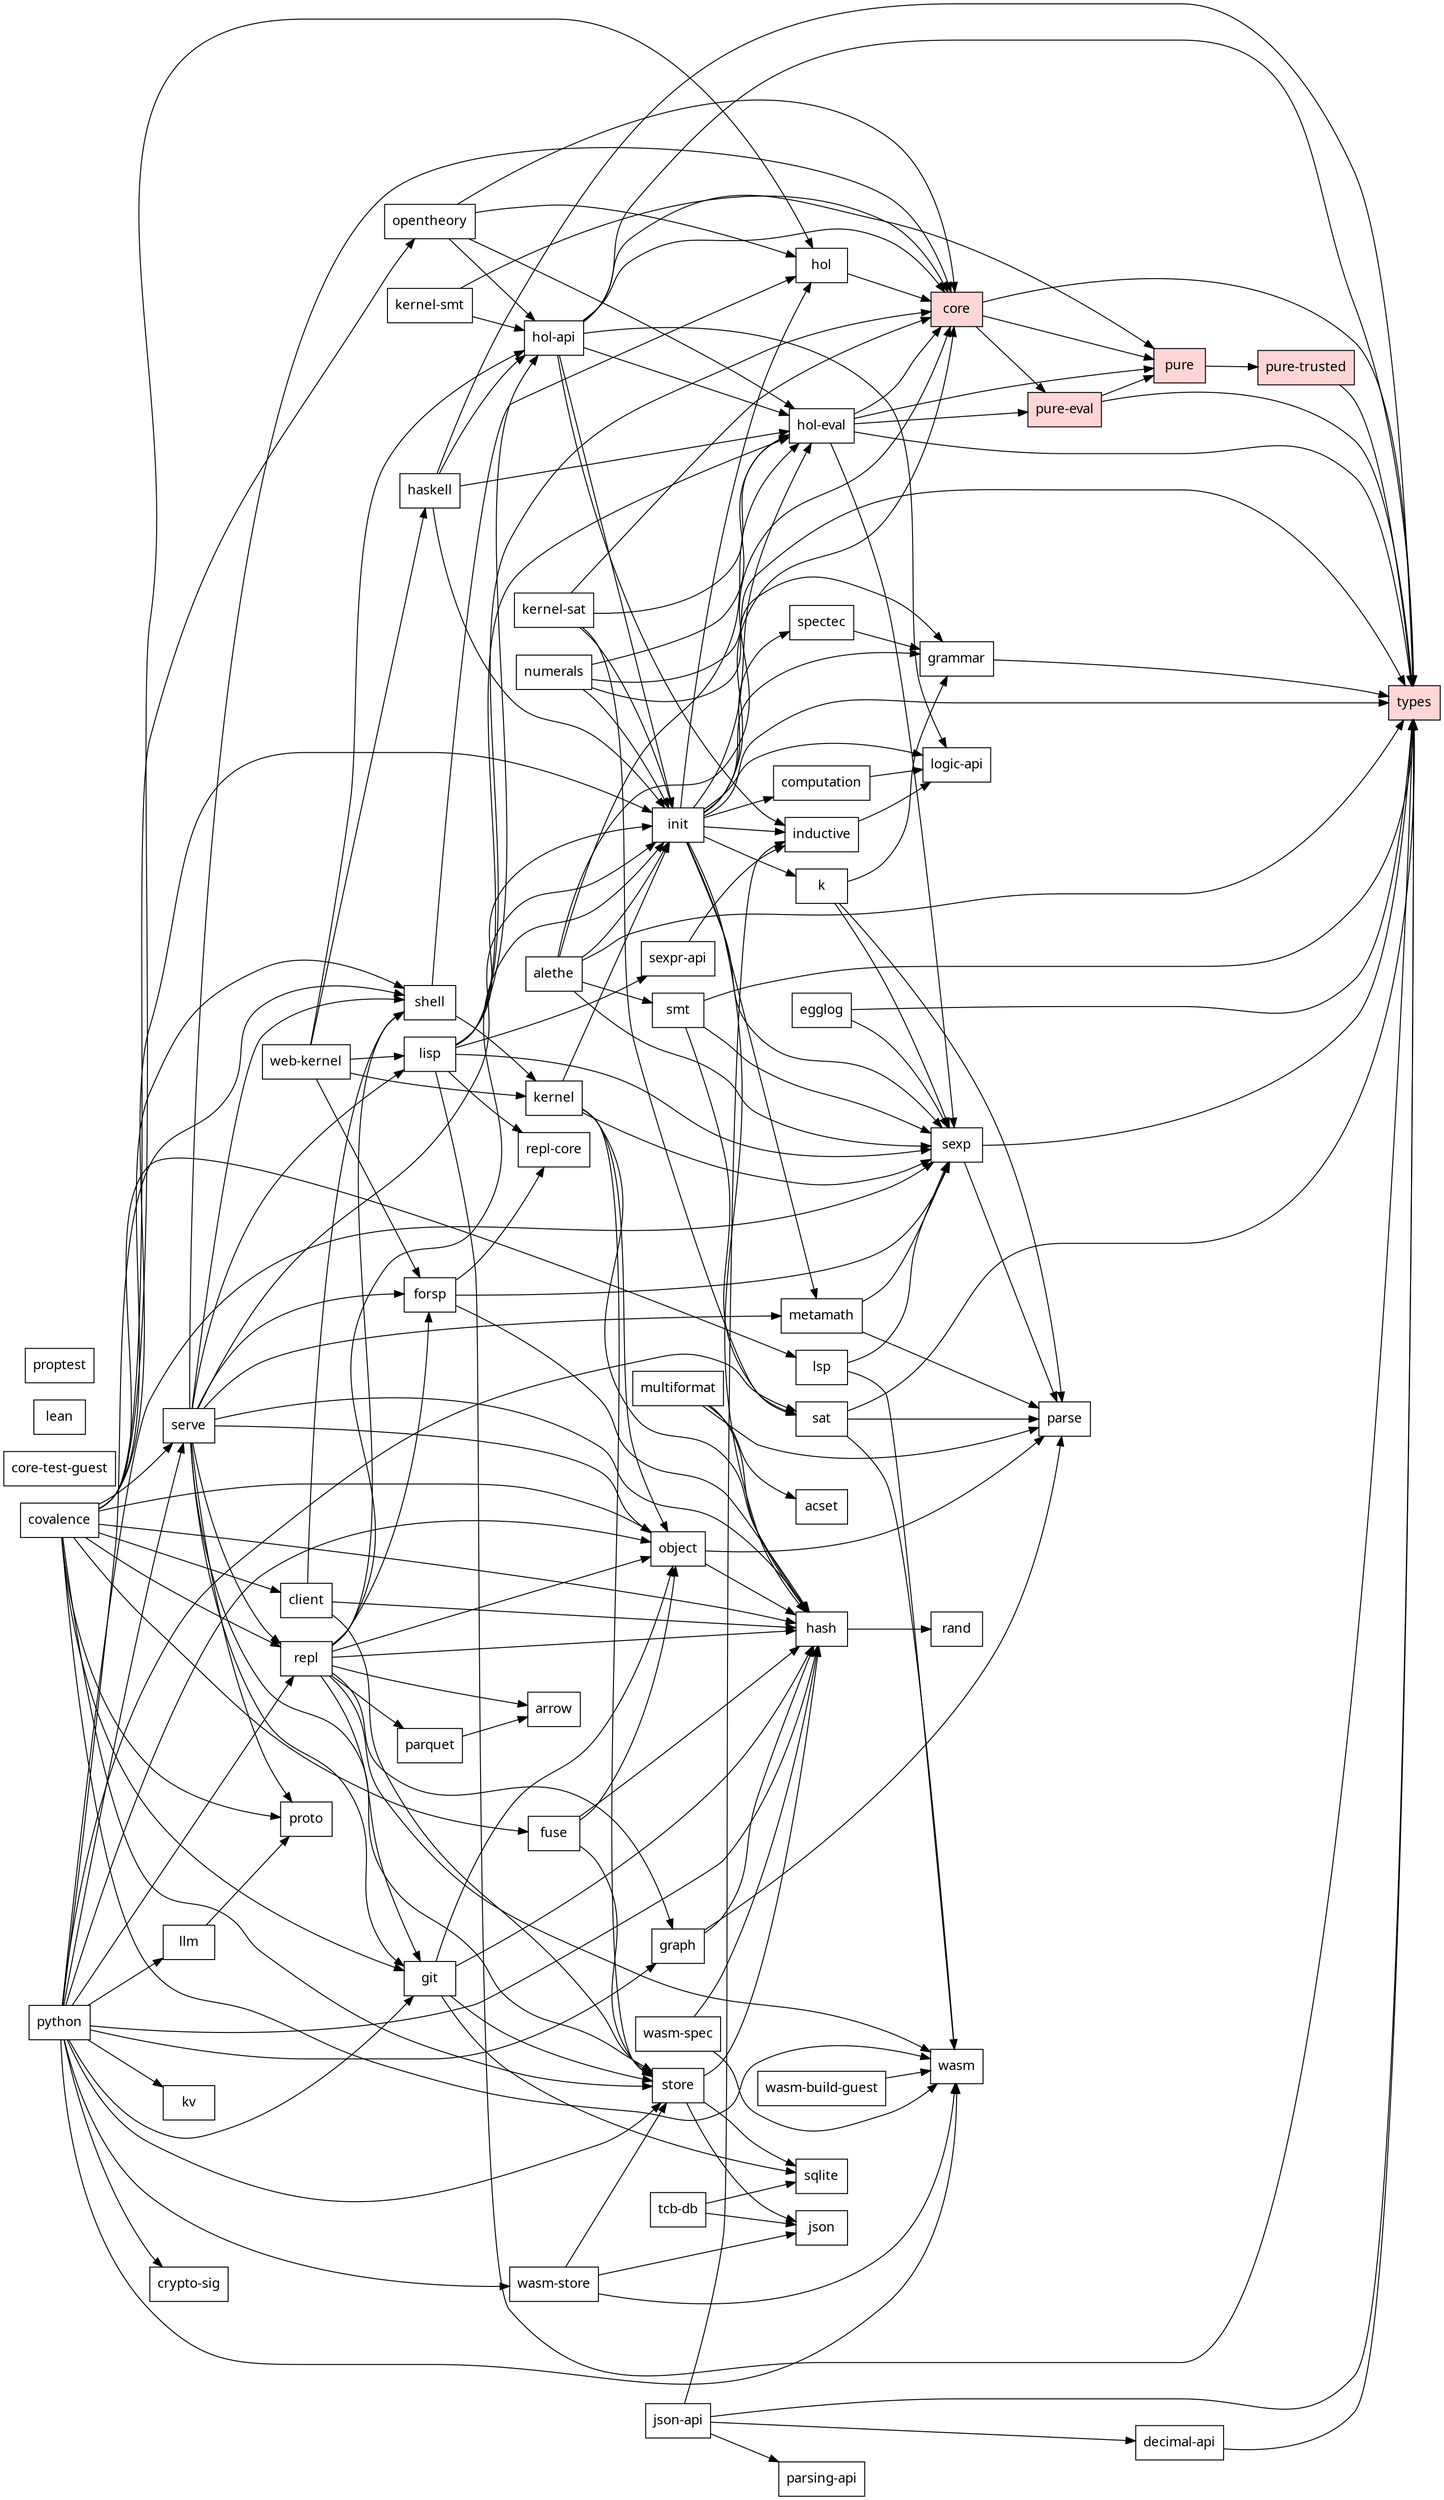
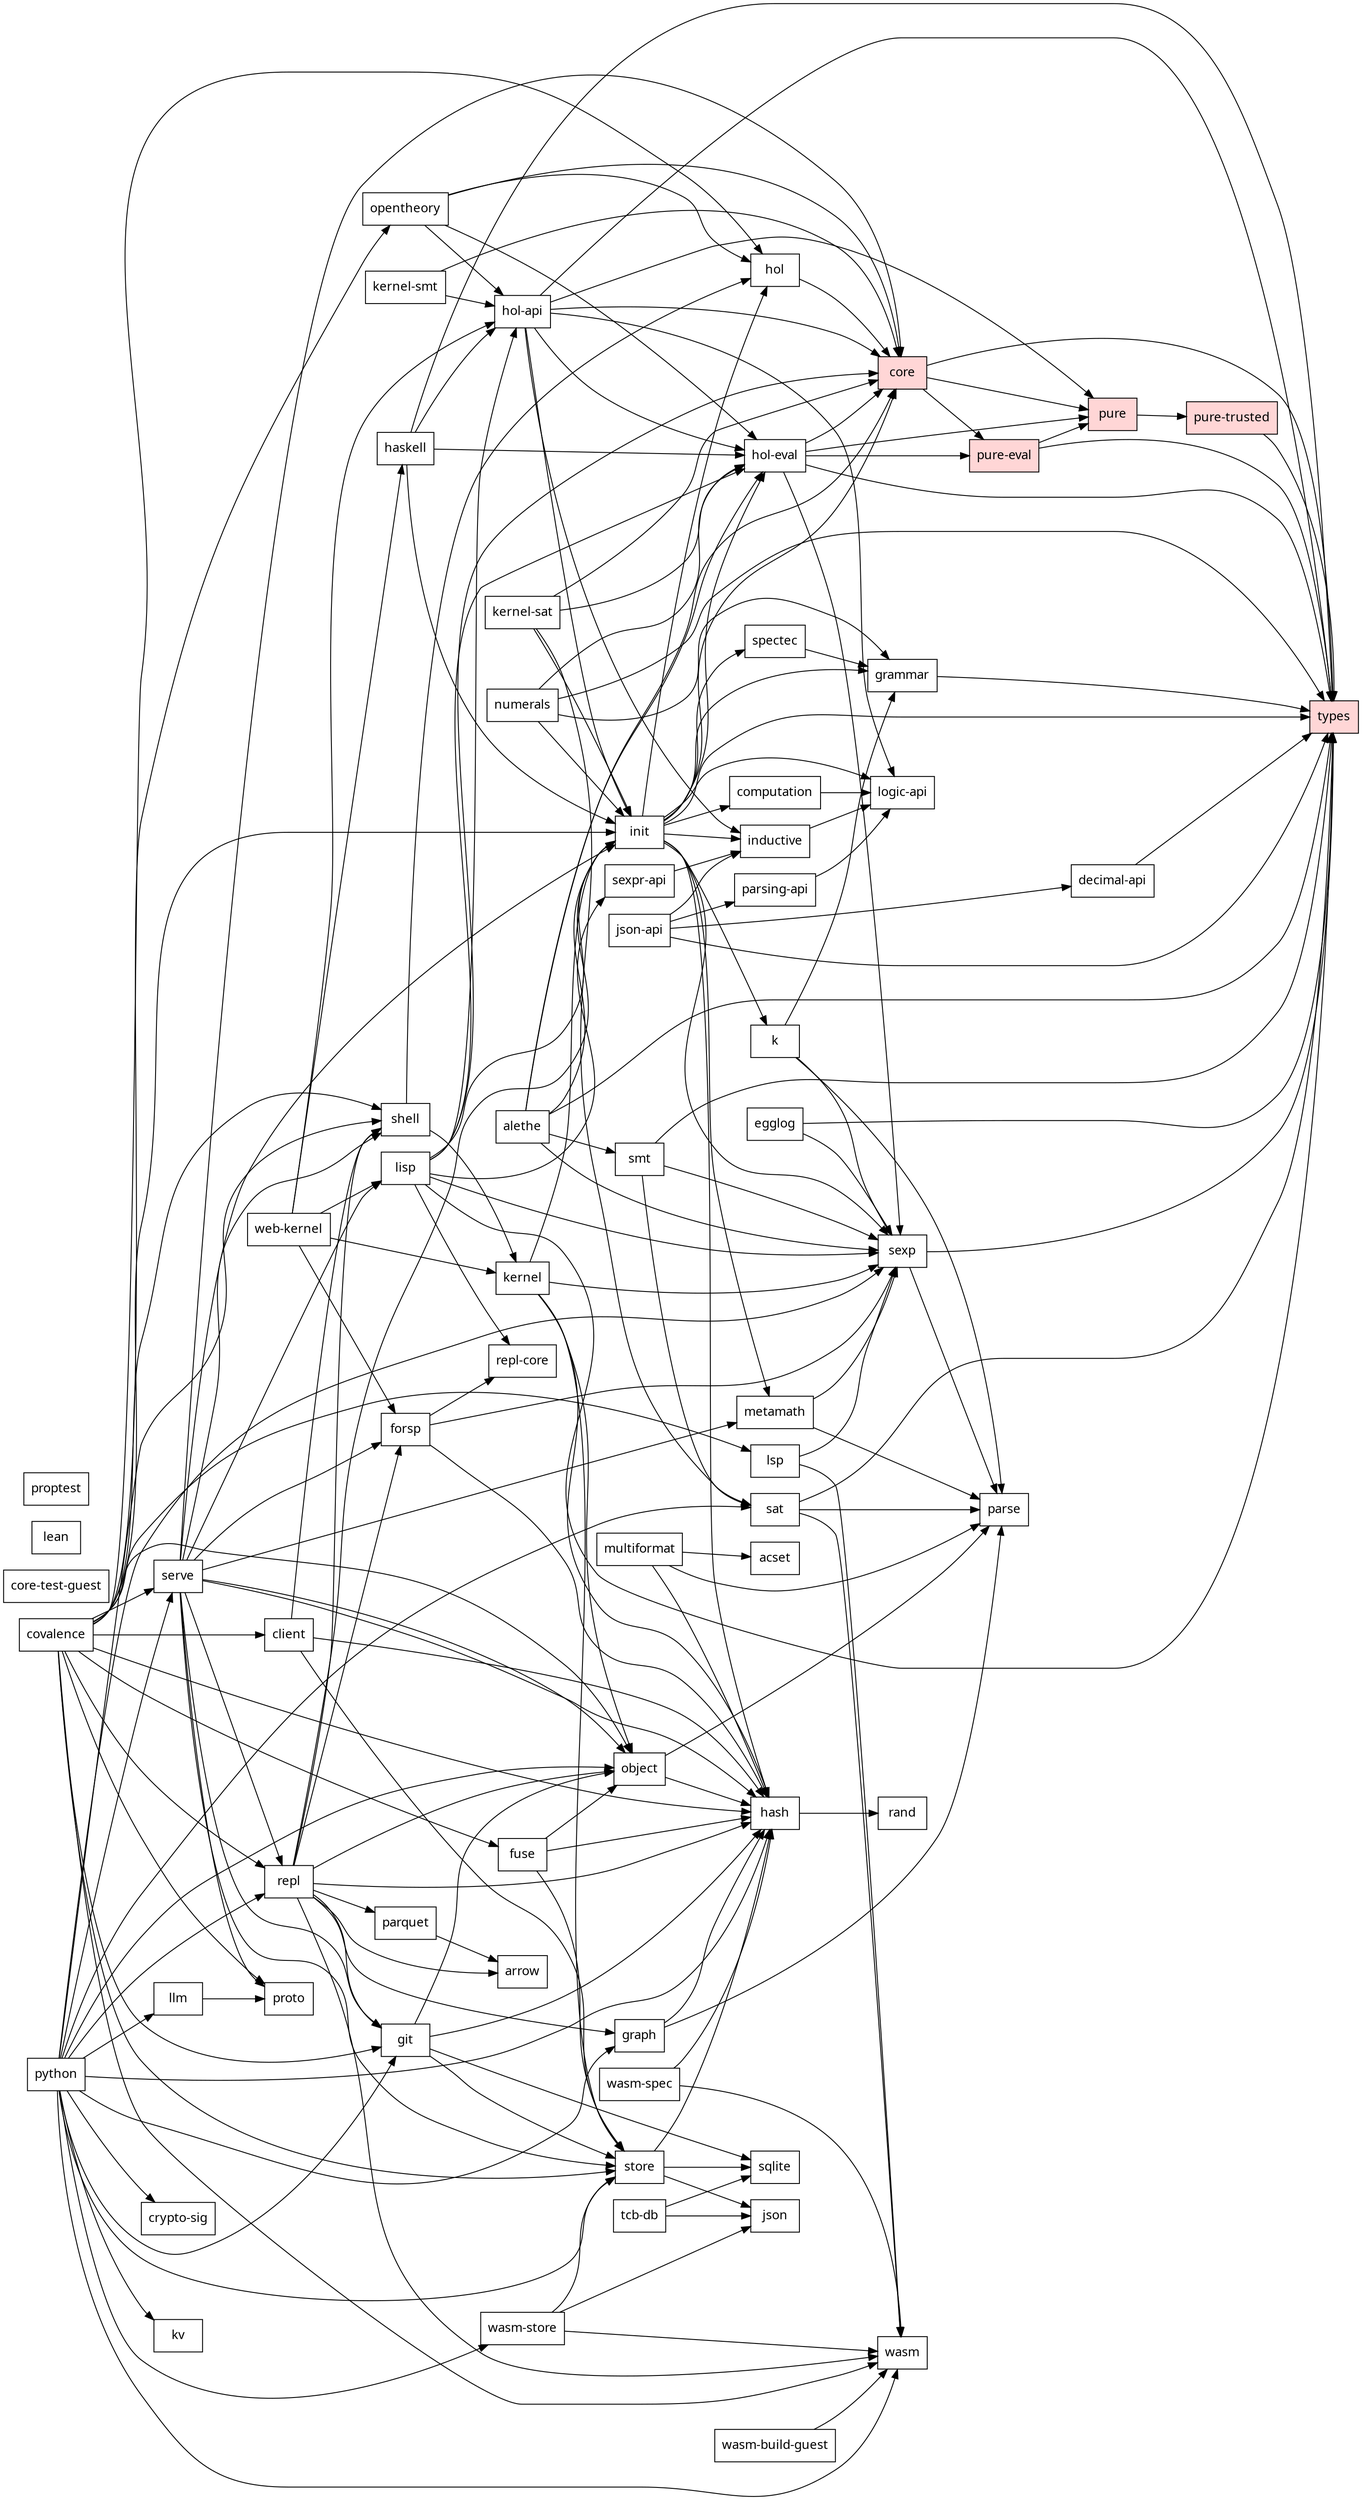
// Generated by scripts/dep-graph.mjs — do not edit (run `bun run deps`).
digraph deps {
  rankdir=LR;
  node [shape=box, fontname="sans-serif"];
  "covalence";
  "acset";
  "alethe";
  "arrow";
  "client";
  "computation";
  "core" [style=filled, fillcolor="#ffd6d6"];
  "core-test-guest";
  "crypto-sig";
  "decimal-api";
  "egglog";
  "forsp";
  "fuse";
  "git";
  "grammar";
  "graph";
  "hash";
  "haskell";
  "hol";
  "hol-api";
  "hol-eval";
  "inductive";
  "init";
  "json";
  "json-api";
  "k";
  "kernel";
  "kernel-sat";
  "kernel-smt";
  "kv";
  "lean";
  "lisp";
  "llm";
  "logic-api";
  "lsp";
  "metamath";
  "multiformat";
  "numerals";
  "object";
  "opentheory";
  "parquet";
  "parse";
  "parsing-api";
  "proptest";
  "proto";
  "pure" [style=filled, fillcolor="#ffd6d6"];
  "pure-eval" [style=filled, fillcolor="#ffd6d6"];
  "pure-trusted" [style=filled, fillcolor="#ffd6d6"];
  "python";
  "rand";
  "repl";
  "repl-core";
  "sat";
  "serve";
  "sexp";
  "sexpr-api";
  "shell";
  "smt";
  "spectec";
  "sqlite";
  "store";
  "tcb-db";
  "types" [style=filled, fillcolor="#ffd6d6"];
  "wasm";
  "wasm-build-guest";
  "wasm-spec";
  "wasm-store";
  "web-kernel";
  "covalence" -> "client";
  "covalence" -> "fuse";
  "covalence" -> "git";
  "covalence" -> "hash";
  "covalence" -> "hol";
  "covalence" -> "init";
  "covalence" -> "lsp";
  "covalence" -> "object";
  "covalence" -> "opentheory";
  "covalence" -> "proto";
  "covalence" -> "repl";
  "covalence" -> "serve";
  "covalence" -> "shell";
  "covalence" -> "store";
  "covalence" -> "wasm";
  "alethe" -> "core";
  "alethe" -> "hol-eval";
  "alethe" -> "init";
  "alethe" -> "sexp";
  "alethe" -> "smt";
  "alethe" -> "types";
  "client" -> "hash";
  "client" -> "shell";
  "client" -> "store";
  "computation" -> "logic-api";
  "core" -> "pure";
  "core" -> "pure-eval";
  "core" -> "types";
  "decimal-api" -> "types";
  "egglog" -> "sexp";
  "egglog" -> "types";
  "forsp" -> "hash";
  "forsp" -> "repl-core";
  "forsp" -> "sexp";
  "fuse" -> "hash";
  "fuse" -> "object";
  "fuse" -> "store";
  "git" -> "hash";
  "git" -> "object";
  "git" -> "sqlite";
  "git" -> "store";
  "grammar" -> "types";
  "graph" -> "hash";
  "graph" -> "parse";
  "hash" -> "rand";
  "haskell" -> "hol-api";
  "haskell" -> "hol-eval";
  "haskell" -> "init";
  "haskell" -> "types";
  "hol" -> "core";
  "hol-api" -> "core";
  "hol-api" -> "hol-eval";
  "hol-api" -> "inductive";
  "hol-api" -> "init";
  "hol-api" -> "logic-api";
  "hol-api" -> "pure";
  "hol-api" -> "types";
  "hol-eval" -> "core";
  "hol-eval" -> "pure";
  "hol-eval" -> "pure-eval";
  "hol-eval" -> "sexp";
  "hol-eval" -> "types";
  "inductive" -> "logic-api";
  "init" -> "computation";
  "init" -> "core";
  "init" -> "grammar";
  "init" -> "hash";
  "init" -> "hol";
  "init" -> "hol-eval";
  "init" -> "inductive";
  "init" -> "k";
  "init" -> "logic-api";
  "init" -> "metamath";
  "init" -> "sexp";
  "init" -> "spectec";
  "init" -> "types";
  "json-api" -> "decimal-api";
  "json-api" -> "inductive";
  "json-api" -> "parsing-api";
  "json-api" -> "types";
  "k" -> "grammar";
  "k" -> "parse";
  "k" -> "sexp";
  "kernel" -> "hash";
  "kernel" -> "init";
  "kernel" -> "object";
  "kernel" -> "sexp";
  "kernel" -> "store";
  "kernel-sat" -> "core";
  "kernel-sat" -> "hol-eval";
  "kernel-sat" -> "init";
  "kernel-sat" -> "sat";
  "kernel-smt" -> "core";
  "kernel-smt" -> "hol-api";
  "lisp" -> "core";
  "lisp" -> "hol-api";
  "lisp" -> "hol-eval";
  "lisp" -> "init";
  "lisp" -> "repl-core";
  "lisp" -> "sexp";
  "lisp" -> "sexpr-api";
  "lisp" -> "types";
  "llm" -> "proto";
  "lsp" -> "sexp";
  "lsp" -> "wasm";
  "metamath" -> "parse";
  "metamath" -> "sexp";
  "multiformat" -> "acset";
  "multiformat" -> "hash";
  "multiformat" -> "parse";
  "numerals" -> "grammar";
  "numerals" -> "hol-eval";
  "numerals" -> "init";
  "numerals" -> "types";
  "object" -> "hash";
  "object" -> "parse";
  "opentheory" -> "core";
  "opentheory" -> "hol";
  "opentheory" -> "hol-api";
  "opentheory" -> "hol-eval";
  "parquet" -> "arrow";
+   "parsing-api" -> "logic-api";
  "pure" -> "pure-trusted";
  "pure-eval" -> "pure";
  "pure-eval" -> "types";
  "pure-trusted" -> "types";
  "python" -> "crypto-sig";
  "python" -> "git";
  "python" -> "graph";
  "python" -> "hash";
  "python" -> "kv";
  "python" -> "llm";
  "python" -> "object";
  "python" -> "repl";
  "python" -> "sat";
  "python" -> "serve";
  "python" -> "sexp";
  "python" -> "shell";
  "python" -> "store";
  "python" -> "wasm";
  "python" -> "wasm-store";
  "repl" -> "arrow";
  "repl" -> "forsp";
  "repl" -> "git";
  "repl" -> "graph";
  "repl" -> "hash";
  "repl" -> "init";
  "repl" -> "object";
  "repl" -> "parquet";
  "repl" -> "shell";
  "repl" -> "wasm";
  "sat" -> "parse";
  "sat" -> "types";
  "sat" -> "wasm";
  "serve" -> "core";
  "serve" -> "forsp";
  "serve" -> "git";
  "serve" -> "hash";
  "serve" -> "init";
  "serve" -> "lisp";
  "serve" -> "metamath";
  "serve" -> "object";
  "serve" -> "proto";
  "serve" -> "repl";
  "serve" -> "shell";
  "serve" -> "store";
  "sexp" -> "parse";
  "sexp" -> "types";
  "sexpr-api" -> "inductive";
  "shell" -> "hol";
  "shell" -> "kernel";
  "smt" -> "sat";
  "smt" -> "sexp";
  "smt" -> "types";
  "spectec" -> "grammar";
  "store" -> "hash";
  "store" -> "json";
  "store" -> "sqlite";
  "tcb-db" -> "json";
  "tcb-db" -> "sqlite";
  "wasm-build-guest" -> "wasm";
  "wasm-spec" -> "hash";
  "wasm-spec" -> "wasm";
  "wasm-store" -> "json";
  "wasm-store" -> "store";
  "wasm-store" -> "wasm";
  "web-kernel" -> "forsp";
  "web-kernel" -> "haskell";
  "web-kernel" -> "hol-api";
  "web-kernel" -> "kernel";
  "web-kernel" -> "lisp";
}
